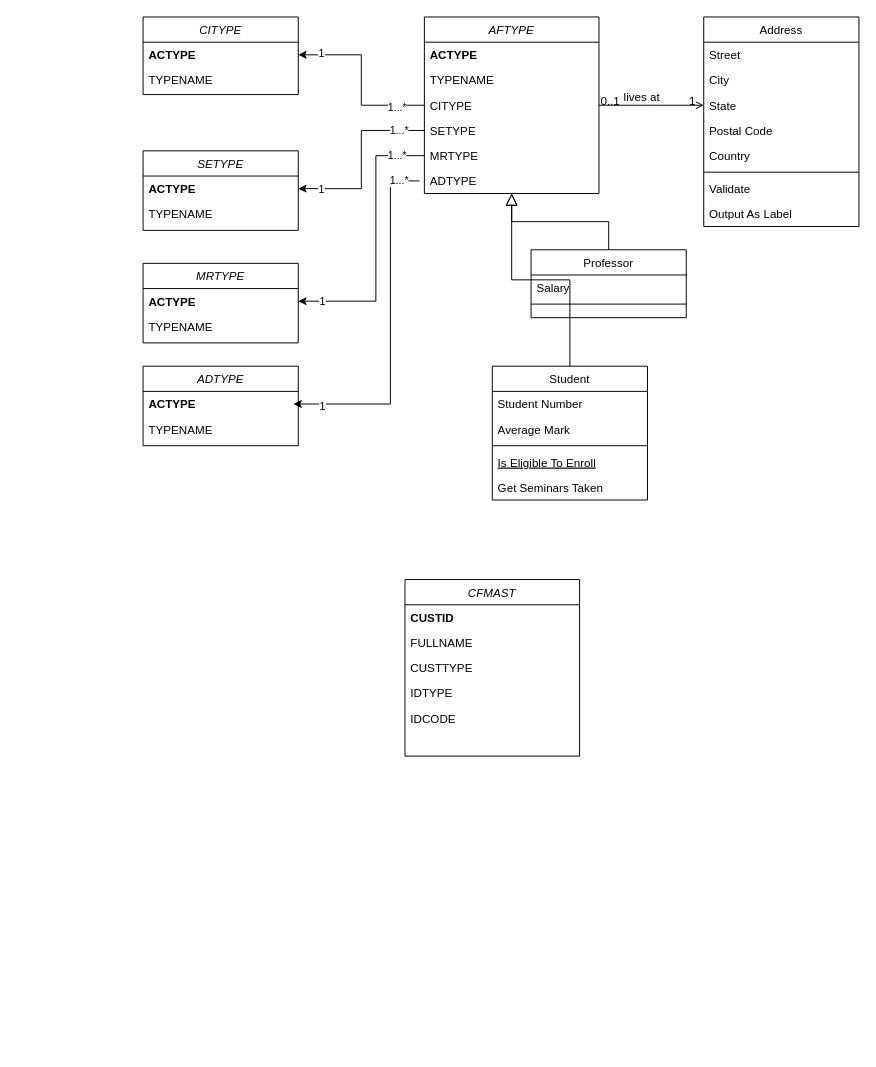
This is Biểu đồ không có tiêu đề.drawio from luyenhaidangit/business, a draw.io file, before an edit. Source tidied: cells renumbered, new cells numbered last; positions are measured from the earlier drawing's top-left corner, leaving out a move shared by most shapes. Both pictures are drawn from the tidied source at 97%, with x=0, y=0 at pixel (143, 16).
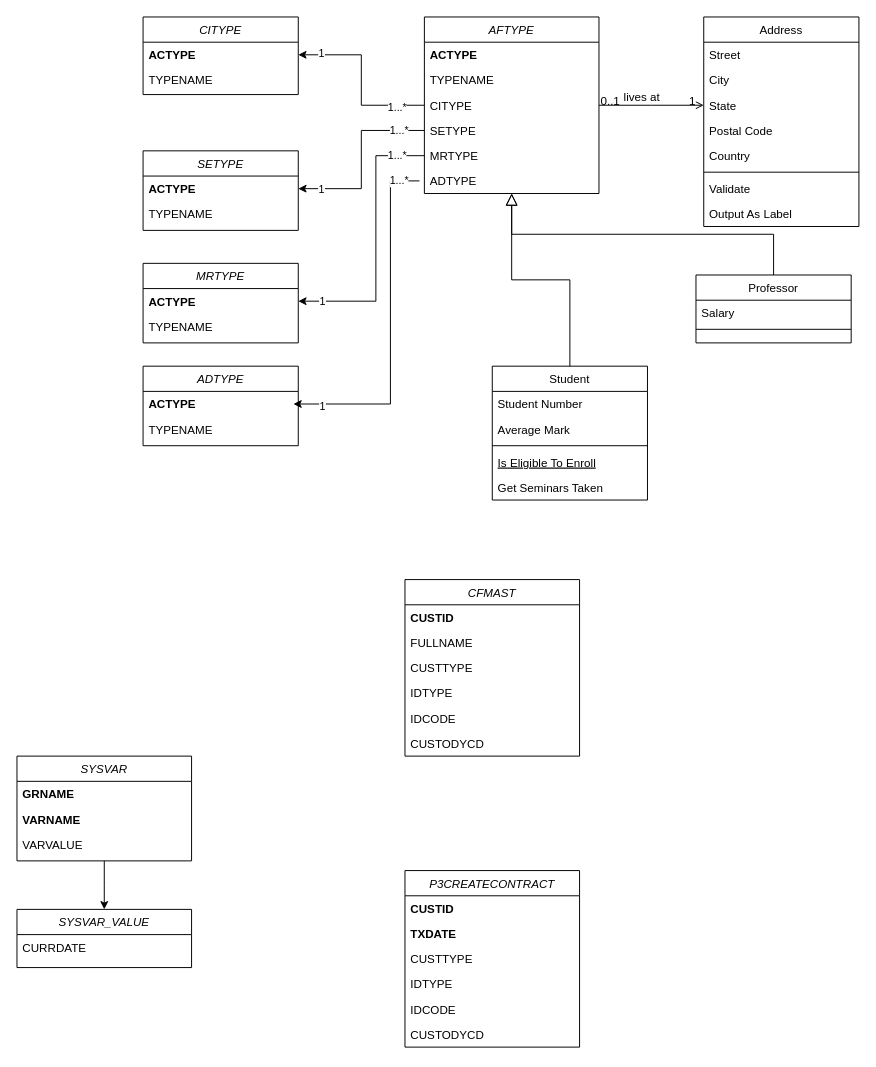
The same diagram, later.

Commit message:
Cập nhật Biểu đồ không có tiêu đề.drawio

Unchanged cells that the change refers to:
```xml
<mxCell id="57" value="CFMAST" style="swimlane;fontStyle=2;align=center;verticalAlign=top;horizontal=1;startSize=26;rounded=0;shadow=0;strokeWidth=1;" parent="1" vertex="1">
  <mxGeometry x="270" y="580" width="180" height="182" as="geometry" />
</mxCell>
```

What changed in the source:
```diff
@@
     <mxCell id="16" value="Professor" style="swimlane;fontStyle=0;align=center;verticalAlign=top;horizontal=1;startSize=26;rounded=0;shadow=0;strokeWidth=1;" parent="1" vertex="1">
-      <mxGeometry x="400" y="240" width="160" height="70" as="geometry" />
+      <mxGeometry x="570" y="266" width="160" height="70" as="geometry" />
     </mxCell>
@@
+    <mxCell id="63" value="CUSTODYCD" style="text;align=left;verticalAlign=top;spacingLeft=4;spacingRight=4;overflow=hidden;rounded=0;shadow=0;html=0;" parent="57" vertex="1">
+      <mxGeometry y="156" width="180" height="26" as="geometry" />
+    </mxCell>
+    <mxCell id="64" style="edgeStyle=orthogonalEdgeStyle;rounded=0;jettySize=auto;html=1;entryX=0.5;entryY=0;entryDx=0;entryDy=0;" parent="1" edge="1" source="65">
+      <mxGeometry relative="1" as="geometry">
+        <mxPoint x="-40" y="920" as="targetPoint" />
+      </mxGeometry>
+    </mxCell>
+    <mxCell id="65" value="SYSVAR" style="swimlane;fontStyle=2;align=center;verticalAlign=top;horizontal=1;startSize=26;rounded=0;shadow=0;strokeWidth=1;" parent="1" vertex="1">
+      <mxGeometry x="-130" y="762" width="180" height="108" as="geometry" />
+    </mxCell>
+    <mxCell id="66" value="GRNAME" style="text;align=left;verticalAlign=top;spacingLeft=4;spacingRight=4;overflow=hidden;fontStyle=1;" parent="65" vertex="1">
+      <mxGeometry y="26" width="180" height="26" as="geometry" />
+    </mxCell>
+    <mxCell id="67" value="VARNAME" style="text;align=left;verticalAlign=top;spacingLeft=4;spacingRight=4;overflow=hidden;rounded=0;shadow=0;html=0;fontStyle=1;" parent="65" vertex="1">
+      <mxGeometry y="52" width="180" height="26" as="geometry" />
+    </mxCell>
+    <mxCell id="68" value="VARVALUE" style="text;align=left;verticalAlign=top;spacingLeft=4;spacingRight=4;overflow=hidden;rounded=0;shadow=0;html=0;" parent="65" vertex="1">
+      <mxGeometry y="78" width="180" height="26" as="geometry" />
+    </mxCell>
+    <mxCell id="69" value="SYSVAR_VALUE" style="swimlane;fontStyle=2;align=center;verticalAlign=top;horizontal=1;startSize=26;rounded=0;shadow=0;strokeWidth=1;" parent="1" vertex="1">
+      <mxGeometry x="-130" y="920" width="180" height="60" as="geometry" />
+    </mxCell>
+    <mxCell id="70" value="CURRDATE" style="text;align=left;verticalAlign=top;spacingLeft=4;spacingRight=4;overflow=hidden;rounded=0;shadow=0;html=0;" parent="69" vertex="1">
+      <mxGeometry y="26" width="180" height="26" as="geometry" />
+    </mxCell>
+    <mxCell id="71" value="P3CREATECONTRACT" style="swimlane;fontStyle=2;align=center;verticalAlign=top;horizontal=1;startSize=26;rounded=0;shadow=0;strokeWidth=1;" parent="1" vertex="1">
+      <mxGeometry x="270" y="880" width="180" height="182" as="geometry" />
+    </mxCell>
+    <mxCell id="72" value="CUSTID" style="text;align=left;verticalAlign=top;spacingLeft=4;spacingRight=4;overflow=hidden;fontStyle=1;" parent="71" vertex="1">
+      <mxGeometry y="26" width="180" height="26" as="geometry" />
+    </mxCell>
+    <mxCell id="73" value="TXDATE" style="text;align=left;verticalAlign=top;spacingLeft=4;spacingRight=4;overflow=hidden;rounded=0;shadow=0;html=0;fontStyle=1;" parent="71" vertex="1">
+      <mxGeometry y="52" width="180" height="26" as="geometry" />
+    </mxCell>
+    <mxCell id="74" value="CUSTTYPE" style="text;align=left;verticalAlign=top;spacingLeft=4;spacingRight=4;overflow=hidden;rounded=0;shadow=0;html=0;" parent="71" vertex="1">
+      <mxGeometry y="78" width="180" height="26" as="geometry" />
+    </mxCell>
+    <mxCell id="75" value="IDTYPE" style="text;align=left;verticalAlign=top;spacingLeft=4;spacingRight=4;overflow=hidden;rounded=0;shadow=0;html=0;" parent="71" vertex="1">
+      <mxGeometry y="104" width="180" height="26" as="geometry" />
+    </mxCell>
+    <mxCell id="76" value="IDCODE" style="text;align=left;verticalAlign=top;spacingLeft=4;spacingRight=4;overflow=hidden;rounded=0;shadow=0;html=0;" parent="71" vertex="1">
+      <mxGeometry y="130" width="180" height="26" as="geometry" />
+    </mxCell>
+    <mxCell id="77" value="CUSTODYCD" style="text;align=left;verticalAlign=top;spacingLeft=4;spacingRight=4;overflow=hidden;rounded=0;shadow=0;html=0;" parent="71" vertex="1">
+      <mxGeometry y="156" width="180" height="26" as="geometry" />
+    </mxCell>
```
